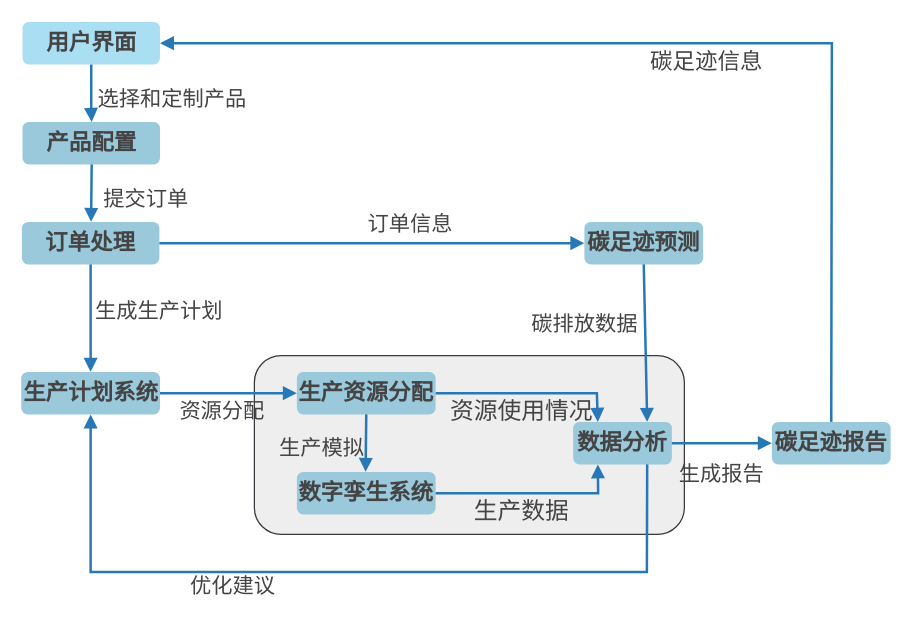
The draw.io diagram BB流程图.drawio in LFNing/General, before the edit. Source tidied: cells renumbered, new cells numbered last; positions are measured from the earlier drawing's top-left corner, leaving out a move shared by most shapes. Both pictures are drawn from the tidied source at 125%, with x=0, y=0 at pixel (21, 21).
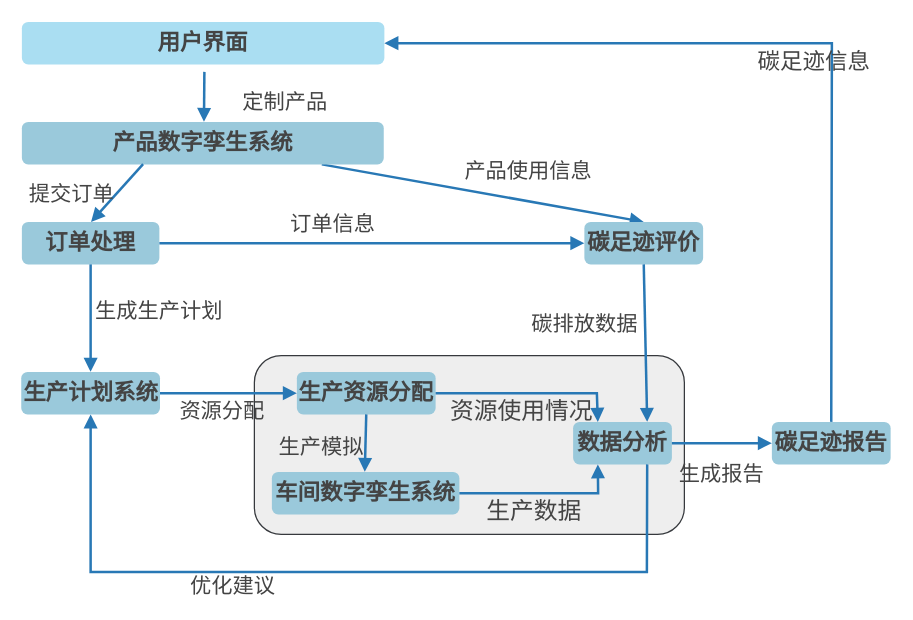
The same diagram, later.

Commit message:
更新BB流程图.drawio

The change refers to these unchanged cells:
```xml
<mxCell id="5" value="订单处理" style="whiteSpace=wrap;strokeWidth=1;fontSize=18;fontFamily=Times New Roman;fillColor=#9ac9db;strokeColor=none;rounded=1;fontColor=#444444;fontStyle=1;" parent="1" vertex="1">
  <mxGeometry y="160" width="110" height="34" as="geometry" />
</mxCell>
```

The edit, as a diff of the source:
```diff
@@
     <mxCell id="3" value="用户界面" style="whiteSpace=wrap;strokeWidth=1;fontSize=18;fontFamily=Times New Roman;rounded=1;fillColor=#AADEF2;strokeColor=none;fontColor=#444444;fontStyle=1;" parent="1" vertex="1">
-      <mxGeometry x="0.5" width="110" height="34" as="geometry" />
+      <mxGeometry width="290" height="34" as="geometry" />
     </mxCell>
+    <mxCell id="24" style="jettySize=auto;html=1;entryX=0.5;entryY=0;entryDx=0;entryDy=0;rounded=0;labelBackgroundColor=none;endArrow=block;fontSize=17;fontFamily=Times New Roman;strokeColor=#2878b5;fontColor=#444444;startArrow=none;strokeWidth=2;" parent="1" edge="1" source="4" target="9">
+      <mxGeometry relative="1" as="geometry" />
+    </mxCell>
+    <mxCell id="25" value="产品使用信息" style="edgeLabel;html=1;align=center;verticalAlign=middle;labelBackgroundColor=none;endArrow=block;fontSize=17;fontFamily=Times New Roman;rounded=0;strokeColor=#2878b5;fontColor=#444444;startArrow=none;strokeWidth=2;" parent="24" vertex="1">
+      <mxGeometry x="0.11" y="2" relative="1" as="geometry">
+        <mxPoint x="21" y="-18" as="offset" />
+      </mxGeometry>
+    </mxCell>
-    <mxCell id="4" value="产品配置" style="whiteSpace=wrap;strokeWidth=1;fontSize=18;fontFamily=Times New Roman;fillColor=#9ac9db;strokeColor=none;rounded=1;fontColor=#444444;fontStyle=1;" parent="1" vertex="1">
-      <mxGeometry x="0.5" y="80" width="110" height="34" as="geometry" />
+    <mxCell id="4" value="产品数字孪生系统" style="whiteSpace=wrap;strokeWidth=1;fontSize=18;fontFamily=Times New Roman;fillColor=#9ac9db;strokeColor=none;rounded=1;fontColor=#444444;fontStyle=1;" parent="1" vertex="1">
+      <mxGeometry y="80" width="289.5" height="34" as="geometry" />
     </mxCell>
@@
-    <mxCell id="8" value="数字孪生系统" style="whiteSpace=wrap;strokeWidth=1;fontSize=18;fontFamily=Times New Roman;fillColor=#9ac9db;strokeColor=none;rounded=1;fontColor=#444444;fontStyle=1;" parent="1" vertex="1">
-      <mxGeometry x="220" y="360" width="111" height="34" as="geometry" />
+    <mxCell id="8" value="车间数字孪生系统" style="whiteSpace=wrap;strokeWidth=1;fontSize=18;fontFamily=Times New Roman;fillColor=#9ac9db;strokeColor=none;rounded=1;fontColor=#444444;fontStyle=1;" parent="1" vertex="1">
+      <mxGeometry x="200" y="360" width="150" height="34" as="geometry" />
     </mxCell>
-    <mxCell id="9" value="碳足迹预测" style="whiteSpace=wrap;strokeWidth=1;fontSize=18;fontFamily=Times New Roman;fillColor=#9ac9db;strokeColor=none;rounded=1;fontColor=#444444;fontStyle=1;" parent="1" vertex="1">
+    <mxCell id="9" value="碳足迹评价" style="whiteSpace=wrap;strokeWidth=1;fontSize=18;fontFamily=Times New Roman;fillColor=#9ac9db;strokeColor=none;rounded=1;fontColor=#444444;fontStyle=1;" parent="1" vertex="1">
       <mxGeometry x="450" y="160" width="95" height="34" as="geometry" />
     </mxCell>
@@
-    <mxCell id="12" value="选择和定制产品" style="startArrow=none;endArrow=block;entryX=0.5031645569620253;entryY=0.0055147058823529415;rounded=0;fontSize=17;fontFamily=Times New Roman;strokeColor=#2878b5;strokeWidth=2;fontColor=#444444;labelBackgroundColor=none;" parent="1" edge="1" source="3" target="4">
-      <mxGeometry x="0.13" y="65" relative="1" as="geometry">
-        <Array as="points">
-          <mxPoint x="55.5" y="73" />
-        </Array>
+    <mxCell id="12" value="定制产品" style="startArrow=none;endArrow=block;entryX=0.5031645569620253;entryY=0.0055147058823529415;rounded=0;fontSize=17;fontFamily=Times New Roman;strokeColor=#2878b5;strokeWidth=2;fontColor=#444444;labelBackgroundColor=none;" parent="1" edge="1" target="4">
+      <mxGeometry x="0.12" y="65" relative="1" as="geometry">
+        <mxPoint x="146" y="40" as="sourcePoint" />
       </mxGeometry>
     </mxCell>
-    <mxCell id="13" value="提交订单" style="curved=1;startArrow=none;endArrow=block;exitX=0.5031645569620253;exitY=0.9935661764705882;entryX=0.5031645569620253;entryY=0.011029411764705883;rounded=0;fontSize=17;fontFamily=Times New Roman;strokeColor=#2878b5;strokeWidth=2;fontColor=#444444;labelBackgroundColor=none;" parent="1" edge="1" source="4" target="5">
-      <mxGeometry x="0.11" y="44" relative="1" as="geometry" />
+    <mxCell id="13" value="提交订单" style="curved=1;startArrow=none;endArrow=block;exitX=0.335;exitY=0.995;entryX=0.5031645569620253;entryY=0.011029411764705883;rounded=0;fontSize=17;fontFamily=Times New Roman;strokeColor=#2878b5;strokeWidth=2;fontColor=#444444;labelBackgroundColor=none;exitDx=0;exitDy=0;exitPerimeter=0;" parent="1" edge="1" source="4" target="5">
+      <mxGeometry x="0.78" y="-27" relative="1" as="geometry" />
     </mxCell>
@@
     <mxCell id="17" value="订单信息" style="startArrow=none;endArrow=block;exitX=1;exitY=0.5;entryX=0;entryY=0.5;rounded=0;fontSize=17;exitDx=0;exitDy=0;entryDx=0;entryDy=0;fontFamily=Times New Roman;strokeColor=#2878b5;strokeWidth=2;fontColor=#444444;labelBackgroundColor=none;" parent="1" edge="1" source="5" target="9">
-      <mxGeometry x="0.18" y="17" relative="1" as="geometry">
+      <mxGeometry x="-0.18" y="17" relative="1" as="geometry">
         <Array as="points">
           <mxPoint x="280" y="177" />
         </Array>
       </mxGeometry>
     </mxCell>
```
